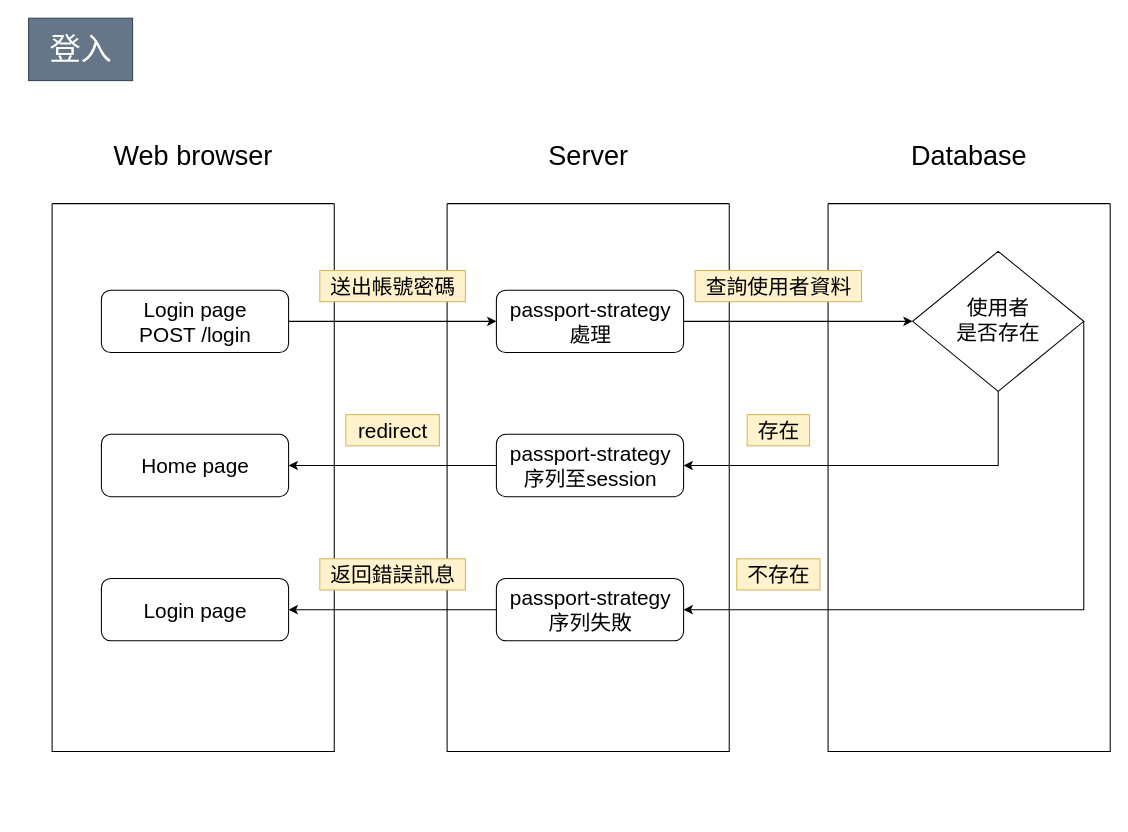
Earlier version of the draw.io diagram register.drawio (z88243310/bins). Source tidied: cells renumbered, new cells numbered last; positions are measured from the earlier drawing's top-left corner, leaving out a move shared by most shapes. Both pictures are drawn from the tidied source at 104%, with x=0, y=0 at pixel (18, 18).
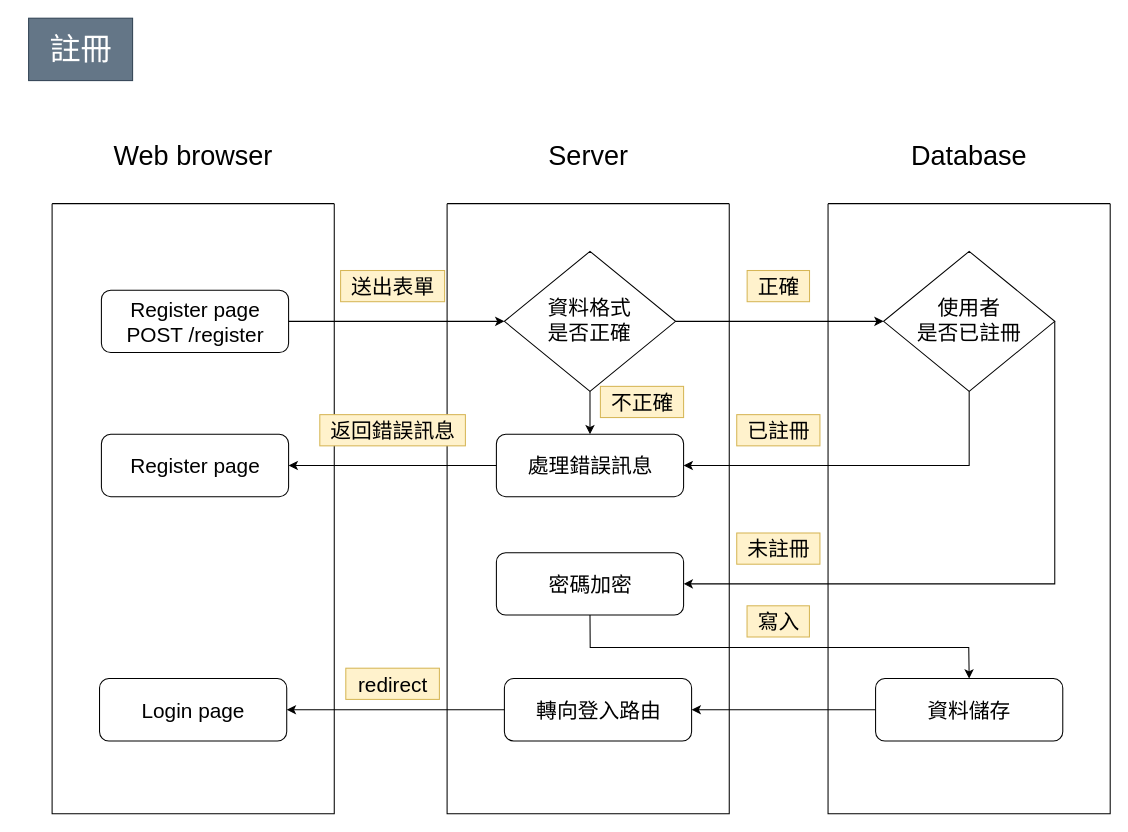
Above is the later version.

Diff of the diagram source:
```diff
@@
     <mxCell id="2" style="group;fontFamily=微軟正黑體;fontSize=20;" parent="1" vertex="1">
-      <mxGeometry y="5" width="1050" height="700" as="geometry" />
+      <mxGeometry y="5" width="1050" height="760" as="geometry" />
     </mxCell>
     <mxCell id="3" style="swimlane;startSize=0;fontFamily=微軟正黑體;fontSize=20;" parent="2" vertex="1">
-      <mxGeometry x="32.6" y="173.3" width="271.3" height="526.7" as="geometry" />
+      <mxGeometry x="32.6" y="173.3" width="271.3" height="586.7" as="geometry" />
     </mxCell>
-    <mxCell id="4" value="&lt;div style=&quot;font-size: 20px;&quot;&gt;Login page&lt;br style=&quot;font-size: 20px;&quot;&gt;&lt;/div&gt;&lt;div style=&quot;font-size: 20px;&quot;&gt;POST /login&lt;/div&gt;" style="rounded=1;html=1;fontSize=20;glass=0;strokeWidth=1;shadow=0;fontFamily=微軟正黑體;spacing=4;" parent="3" vertex="1">
+    <mxCell id="4" value="&lt;div style=&quot;font-size: 20px&quot;&gt;Register page&lt;br style=&quot;font-size: 20px&quot;&gt;&lt;/div&gt;&lt;div style=&quot;font-size: 20px&quot;&gt;POST /register&lt;/div&gt;" style="rounded=1;html=1;fontSize=20;glass=0;strokeWidth=1;shadow=0;fontFamily=微軟正黑體;spacing=4;" parent="3" vertex="1">
       <mxGeometry x="47.4" y="83.2" width="180" height="60" as="geometry" />
     </mxCell>
-    <mxCell id="5" value="Home page" style="rounded=1;html=1;fontSize=20;glass=0;strokeWidth=1;shadow=0;fontFamily=微軟正黑體;spacing=4;" parent="3" vertex="1">
+    <mxCell id="5" value="Register page" style="rounded=1;html=1;fontSize=20;glass=0;strokeWidth=1;shadow=0;fontFamily=微軟正黑體;spacing=4;" parent="3" vertex="1">
       <mxGeometry x="47.4" y="221.8" width="180" height="60" as="geometry" />
     </mxCell>
-    <mxCell id="6" value="Login page" style="rounded=1;html=1;fontSize=20;glass=0;strokeWidth=1;shadow=0;fontFamily=微軟正黑體;spacing=4;" parent="3" vertex="1">
-      <mxGeometry x="47.4" y="360.4" width="180" height="60" as="geometry" />
-    </mxCell>
     <mxCell id="7" style="swimlane;startSize=0;fontFamily=微軟正黑體;fontSize=20;" parent="2" vertex="1">
-      <mxGeometry x="412.4" y="173.3" width="271.3" height="526.7" as="geometry" />
+      <mxGeometry x="412.4" y="173.3" width="271.3" height="586.7" as="geometry" />
     </mxCell>
-    <mxCell id="8" value="&lt;div style=&quot;font-size: 20px;&quot;&gt;passport-strategy&lt;/div&gt;&lt;div style=&quot;font-size: 20px;&quot;&gt;處理&lt;/div&gt;" style="rounded=1;html=1;fontSize=20;glass=0;strokeWidth=1;shadow=0;fontFamily=微軟正黑體;spacing=4;" parent="7" vertex="1">
-      <mxGeometry x="47.4" y="83.2" width="180" height="60" as="geometry" />
-    </mxCell>
-    <mxCell id="9" value="&lt;div style=&quot;font-size: 20px;&quot;&gt;passport-strategy&lt;/div&gt;&lt;div style=&quot;font-size: 20px;&quot;&gt;序列至session&lt;br style=&quot;font-size: 20px;&quot;&gt;&lt;/div&gt;" style="rounded=1;html=1;fontSize=20;glass=0;strokeWidth=1;shadow=0;fontFamily=微軟正黑體;spacing=4;" parent="7" vertex="1">
+    <mxCell id="9" value="處理錯誤訊息" style="rounded=1;html=1;fontSize=20;glass=0;strokeWidth=1;shadow=0;fontFamily=微軟正黑體;spacing=4;" parent="7" vertex="1">
       <mxGeometry x="47.4" y="221.8" width="180" height="60" as="geometry" />
     </mxCell>
-    <mxCell id="10" value="&lt;div style=&quot;font-size: 20px;&quot;&gt;passport-strategy&lt;/div&gt;&lt;div style=&quot;font-size: 20px;&quot;&gt;序列失敗&lt;br style=&quot;font-size: 20px;&quot;&gt;&lt;/div&gt;" style="rounded=1;html=1;fontSize=20;glass=0;strokeWidth=1;shadow=0;fontFamily=微軟正黑體;spacing=4;" parent="7" vertex="1">
-      <mxGeometry x="47.4" y="360.4" width="180" height="60" as="geometry" />
+    <mxCell id="10" value="密碼加密" style="rounded=1;html=1;fontSize=20;glass=0;strokeWidth=1;shadow=0;fontFamily=微軟正黑體;spacing=4;" parent="7" vertex="1">
+      <mxGeometry x="47.4" y="335.6" width="180" height="60" as="geometry" />
     </mxCell>
+    <mxCell id="29" style="edgeStyle=orthogonalEdgeStyle;rounded=0;jettySize=auto;html=1;" parent="7" edge="1" source="30" target="9">
+      <mxGeometry relative="1" as="geometry" />
+    </mxCell>
+    <mxCell id="30" value="&lt;div&gt;資料格式&lt;/div&gt;&lt;div&gt;是否正確&lt;br&gt;&lt;/div&gt;" style="rhombus;whiteSpace=wrap;shadow=0;fontFamily=微軟正黑體;fontSize=20;align=center;strokeWidth=1;spacing=6;spacingTop=-4;html=1;" parent="7" vertex="1">
+      <mxGeometry x="55.1" y="45.9" width="164.6" height="134.6" as="geometry" />
+    </mxCell>
+    <mxCell id="31" value="不正確" style="text;html=1;align=center;verticalAlign=middle;strokeColor=#d6b656;fillColor=#fff2cc;fontSize=20;fontFamily=微軟正黑體;" parent="7" vertex="1">
+      <mxGeometry x="147.4" y="175.7" width="80" height="30" as="geometry" />
+    </mxCell>
+    <mxCell id="32" value="轉向登入路由" style="rounded=1;html=1;fontSize=20;glass=0;strokeWidth=1;shadow=0;fontFamily=微軟正黑體;spacing=4;" parent="7" vertex="1">
+      <mxGeometry x="55.1" y="456.7" width="180" height="60" as="geometry" />
+    </mxCell>
     <mxCell id="11" style="swimlane;startSize=0;fontFamily=微軟正黑體;fontSize=20;" parent="2" vertex="1">
-      <mxGeometry x="778.7" y="173.3" width="271.3" height="526.7" as="geometry" />
+      <mxGeometry x="778.7" y="173.3" width="271.3" height="586.7" as="geometry" />
     </mxCell>
-    <mxCell id="12" value="使用者&lt;br style=&quot;font-size: 20px;&quot;&gt;是否存在" style="rhombus;whiteSpace=wrap;shadow=0;fontFamily=微軟正黑體;fontSize=20;align=center;strokeWidth=1;spacing=6;spacingTop=-4;html=1;" parent="11" vertex="1">
-      <mxGeometry x="81.3" y="45.9" width="164.6" height="134.6" as="geometry" />
+    <mxCell id="12" value="使用者&lt;br style=&quot;font-size: 20px&quot;&gt;是否已註冊" style="rhombus;whiteSpace=wrap;shadow=0;fontFamily=微軟正黑體;fontSize=20;align=center;strokeWidth=1;spacing=6;spacingTop=-4;html=1;" parent="11" vertex="1">
+      <mxGeometry x="53.4" y="45.9" width="164.6" height="134.6" as="geometry" />
     </mxCell>
+    <mxCell id="33" value="資料儲存" style="rounded=1;html=1;fontSize=20;glass=0;strokeWidth=1;shadow=0;fontFamily=微軟正黑體;spacing=4;" parent="11" vertex="1">
+      <mxGeometry x="45.7" y="456.7" width="180" height="60" as="geometry" />
+    </mxCell>
-    <mxCell id="13" style="edgeStyle=orthogonalEdgeStyle;rounded=0;jettySize=auto;html=1;entryX=0;entryY=0.5;entryDx=0;entryDy=0;fontSize=20;fontFamily=微軟正黑體;" parent="2" edge="1" source="4" target="8">
+    <mxCell id="13" style="edgeStyle=orthogonalEdgeStyle;rounded=0;jettySize=auto;html=1;fontSize=20;fontFamily=微軟正黑體;" parent="2" edge="1" source="4" target="30">
       <mxGeometry relative="1" as="geometry" />
     </mxCell>
-    <mxCell id="14" value="送出帳號密碼" style="text;html=1;align=center;verticalAlign=middle;strokeColor=#d6b656;fillColor=#fff2cc;fontSize=20;fontFamily=微軟正黑體;" parent="2" vertex="1">
-      <mxGeometry x="290" y="237.6" width="140" height="30" as="geometry" />
+    <mxCell id="14" value="送出表單" style="text;html=1;align=center;verticalAlign=middle;strokeColor=#d6b656;fillColor=#fff2cc;fontSize=20;fontFamily=微軟正黑體;" parent="2" vertex="1">
+      <mxGeometry x="310" y="237.6" width="100" height="30" as="geometry" />
     </mxCell>
-    <mxCell id="15" value="查詢使用者資料" style="text;html=1;align=center;verticalAlign=middle;strokeColor=#d6b656;fillColor=#fff2cc;fontSize=20;fontFamily=微軟正黑體;" parent="2" vertex="1">
-      <mxGeometry x="650.9" y="237.6" width="160" height="30" as="geometry" />
+    <mxCell id="15" value="正確" style="text;html=1;align=center;verticalAlign=middle;strokeColor=#d6b656;fillColor=#fff2cc;fontSize=20;fontFamily=微軟正黑體;" parent="2" vertex="1">
+      <mxGeometry x="700.9" y="237.6" width="60" height="30" as="geometry" />
     </mxCell>
-    <mxCell id="16" style="edgeStyle=orthogonalEdgeStyle;rounded=0;jettySize=auto;html=1;entryX=0;entryY=0.5;entryDx=0;entryDy=0;fontSize=20;fontFamily=微軟正黑體;" parent="2" edge="1" source="8" target="12">
+    <mxCell id="16" style="edgeStyle=orthogonalEdgeStyle;rounded=0;jettySize=auto;html=1;entryX=0;entryY=0.5;entryDx=0;entryDy=0;fontSize=20;fontFamily=微軟正黑體;exitX=1;exitY=0.5;exitDx=0;exitDy=0;" parent="2" edge="1" source="30" target="12">
       <mxGeometry relative="1" as="geometry" />
     </mxCell>
     <mxCell id="17" style="edgeStyle=orthogonalEdgeStyle;rounded=0;jettySize=auto;html=1;fontSize=20;fontFamily=微軟正黑體;exitX=0.5;exitY=1;exitDx=0;exitDy=0;entryX=1;entryY=0.5;entryDx=0;entryDy=0;" parent="2" edge="1" source="12" target="9">
       <mxGeometry relative="1" as="geometry">
         <Array as="points">
-          <mxPoint x="942" y="425" />
+          <mxPoint x="914" y="425" />
         </Array>
       </mxGeometry>
     </mxCell>
-    <mxCell id="18" value="存在" style="text;html=1;align=center;verticalAlign=middle;strokeColor=#d6b656;fillColor=#fff2cc;fontSize=20;fontFamily=微軟正黑體;" parent="2" vertex="1">
-      <mxGeometry x="700.9" y="376.2" width="60" height="30" as="geometry" />
+    <mxCell id="18" value="已註冊" style="text;html=1;align=center;verticalAlign=middle;strokeColor=#d6b656;fillColor=#fff2cc;fontSize=20;fontFamily=微軟正黑體;" parent="2" vertex="1">
+      <mxGeometry x="690.9" y="376.2" width="80" height="30" as="geometry" />
     </mxCell>
@@
-    <mxCell id="23" value="redirect" style="text;html=1;align=center;verticalAlign=middle;strokeColor=#d6b656;fillColor=#fff2cc;fontSize=20;fontFamily=微軟正黑體;" parent="2" vertex="1">
-      <mxGeometry x="315" y="376.2" width="90" height="30" as="geometry" />
-    </mxCell>
     <mxCell id="24" style="edgeStyle=orthogonalEdgeStyle;rounded=0;jettySize=auto;html=1;exitX=1;exitY=0.5;exitDx=0;exitDy=0;fontSize=20;entryX=1;entryY=0.5;entryDx=0;entryDy=0;fontFamily=微軟正黑體;" parent="2" edge="1" source="12" target="10">
       <mxGeometry relative="1" as="geometry">
         <Array as="points">
-          <mxPoint x="1025" y="564" />
+          <mxPoint x="997" y="539" />
         </Array>
       </mxGeometry>
     </mxCell>
-    <mxCell id="25" value="不存在" style="text;html=1;align=center;verticalAlign=middle;strokeColor=#d6b656;fillColor=#fff2cc;fontSize=20;fontFamily=微軟正黑體;" parent="2" vertex="1">
-      <mxGeometry x="690.9" y="514.8" width="80" height="30" as="geometry" />
+    <mxCell id="25" value="未註冊" style="text;html=1;align=center;verticalAlign=middle;strokeColor=#d6b656;fillColor=#fff2cc;fontSize=20;fontFamily=微軟正黑體;" parent="2" vertex="1">
+      <mxGeometry x="690.9" y="490" width="80" height="30" as="geometry" />
     </mxCell>
-    <mxCell id="26" style="edgeStyle=orthogonalEdgeStyle;rounded=0;jettySize=auto;html=1;entryX=1;entryY=0.5;entryDx=0;entryDy=0;fontSize=20;exitX=0;exitY=0.5;exitDx=0;exitDy=0;fontFamily=微軟正黑體;" parent="2" edge="1" source="10" target="6">
-      <mxGeometry relative="1" as="geometry" />
-    </mxCell>
     <mxCell id="27" value="返回錯誤訊息" style="text;html=1;align=center;verticalAlign=middle;strokeColor=#d6b656;fillColor=#fff2cc;fontSize=20;fontFamily=微軟正黑體;" parent="2" vertex="1">
-      <mxGeometry x="290" y="514.8" width="140" height="30" as="geometry" />
+      <mxGeometry x="290" y="376.2" width="140" height="30" as="geometry" />
     </mxCell>
-    <mxCell id="28" value="&lt;div style=&quot;font-size: 30px;&quot;&gt;&lt;font style=&quot;font-size: 30px;&quot;&gt;登入&lt;/font&gt;&lt;/div&gt;" style="text;html=1;align=center;verticalAlign=middle;fillColor=#647687;strokeColor=#314354;spacing=8;spacingBottom=2;spacingTop=2;fontColor=#ffffff;spacingLeft=4;spacingRight=4;fontFamily=微軟正黑體;fontSize=30;" parent="2" vertex="1">
+    <mxCell id="28" value="註冊" style="text;html=1;align=center;verticalAlign=middle;fillColor=#647687;strokeColor=#314354;spacing=8;spacingBottom=2;spacingTop=2;fontColor=#ffffff;spacingLeft=4;spacingRight=4;fontFamily=微軟正黑體;fontSize=30;" parent="2" vertex="1">
       <mxGeometry x="10" y="-5" width="100" height="60" as="geometry" />
     </mxCell>
+    <mxCell id="34" style="edgeStyle=none;rounded=0;jettySize=auto;html=1;entryX=0.5;entryY=0;entryDx=0;entryDy=0;exitX=0.5;exitY=1;exitDx=0;exitDy=0;" parent="2" edge="1" source="10" target="33">
+      <mxGeometry relative="1" as="geometry">
+        <Array as="points">
+          <mxPoint x="550" y="600" />
+          <mxPoint x="914" y="600" />
+        </Array>
+      </mxGeometry>
+    </mxCell>
+    <mxCell id="35" style="edgeStyle=none;rounded=0;jettySize=auto;html=1;entryX=1;entryY=0.5;entryDx=0;entryDy=0;" parent="2" edge="1" source="32" target="6">
+      <mxGeometry relative="1" as="geometry" />
+    </mxCell>
+    <mxCell id="23" value="redirect" style="text;html=1;align=center;verticalAlign=middle;strokeColor=#d6b656;fillColor=#fff2cc;fontSize=20;fontFamily=微軟正黑體;" parent="2" vertex="1">
+      <mxGeometry x="315" y="620" width="90" height="30" as="geometry" />
+    </mxCell>
+    <mxCell id="36" value="寫入" style="text;html=1;align=center;verticalAlign=middle;strokeColor=#d6b656;fillColor=#fff2cc;fontSize=20;fontFamily=微軟正黑體;" parent="2" vertex="1">
+      <mxGeometry x="700.8" y="560" width="60" height="30" as="geometry" />
+    </mxCell>
+    <mxCell id="37" style="edgeStyle=none;rounded=0;jettySize=auto;html=1;entryX=1;entryY=0.5;entryDx=0;entryDy=0;" parent="2" edge="1" source="33" target="32">
+      <mxGeometry relative="1" as="geometry" />
+    </mxCell>
+    <mxCell id="6" value="Login page" style="rounded=1;html=1;fontSize=20;glass=0;strokeWidth=1;shadow=0;fontFamily=微軟正黑體;spacing=4;" parent="2" vertex="1">
+      <mxGeometry x="78.2" y="630" width="180" height="60" as="geometry" />
+    </mxCell>
```
